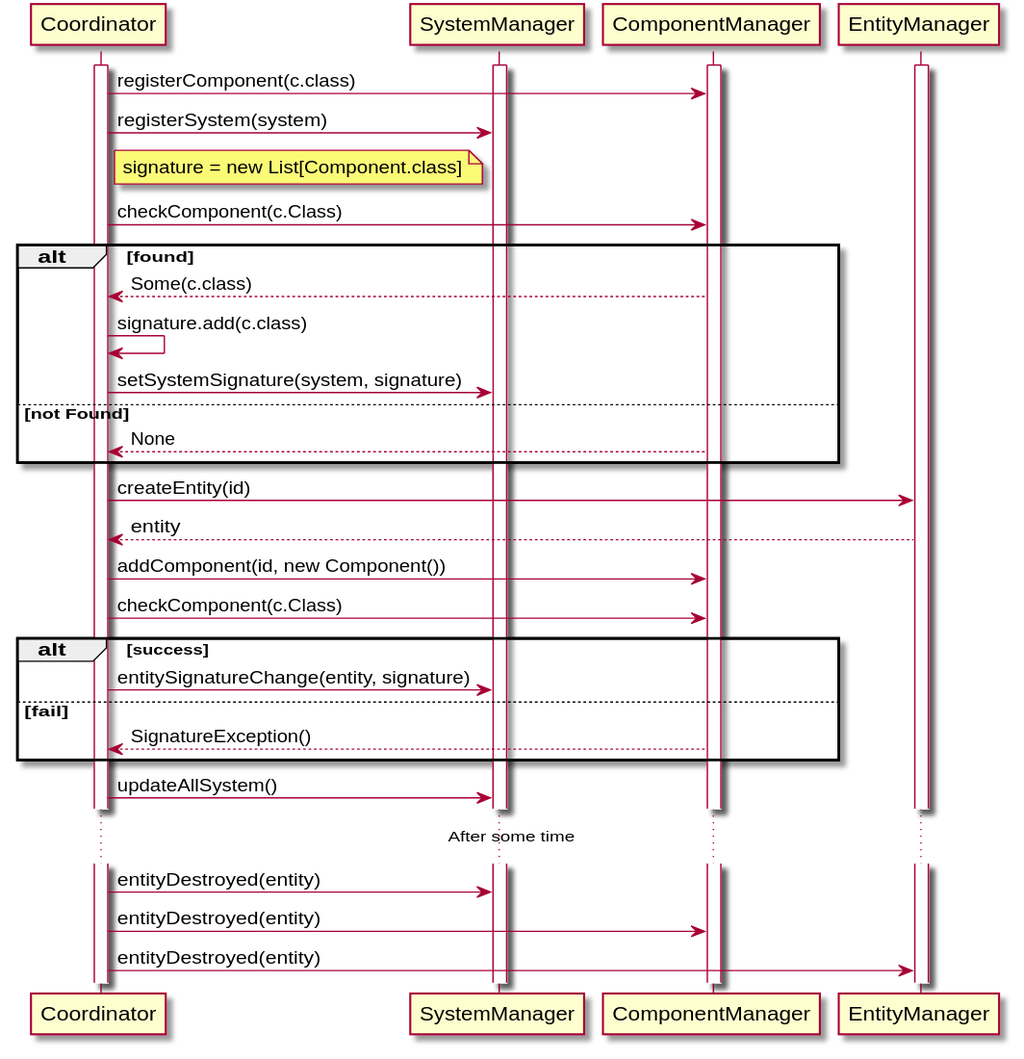
Earlier version of the PlantUML export plantuml/rendered/sequenceDiagrams/sequenceECS.svg (Unibo-PPS-1920/pps1920-motoScala-report).
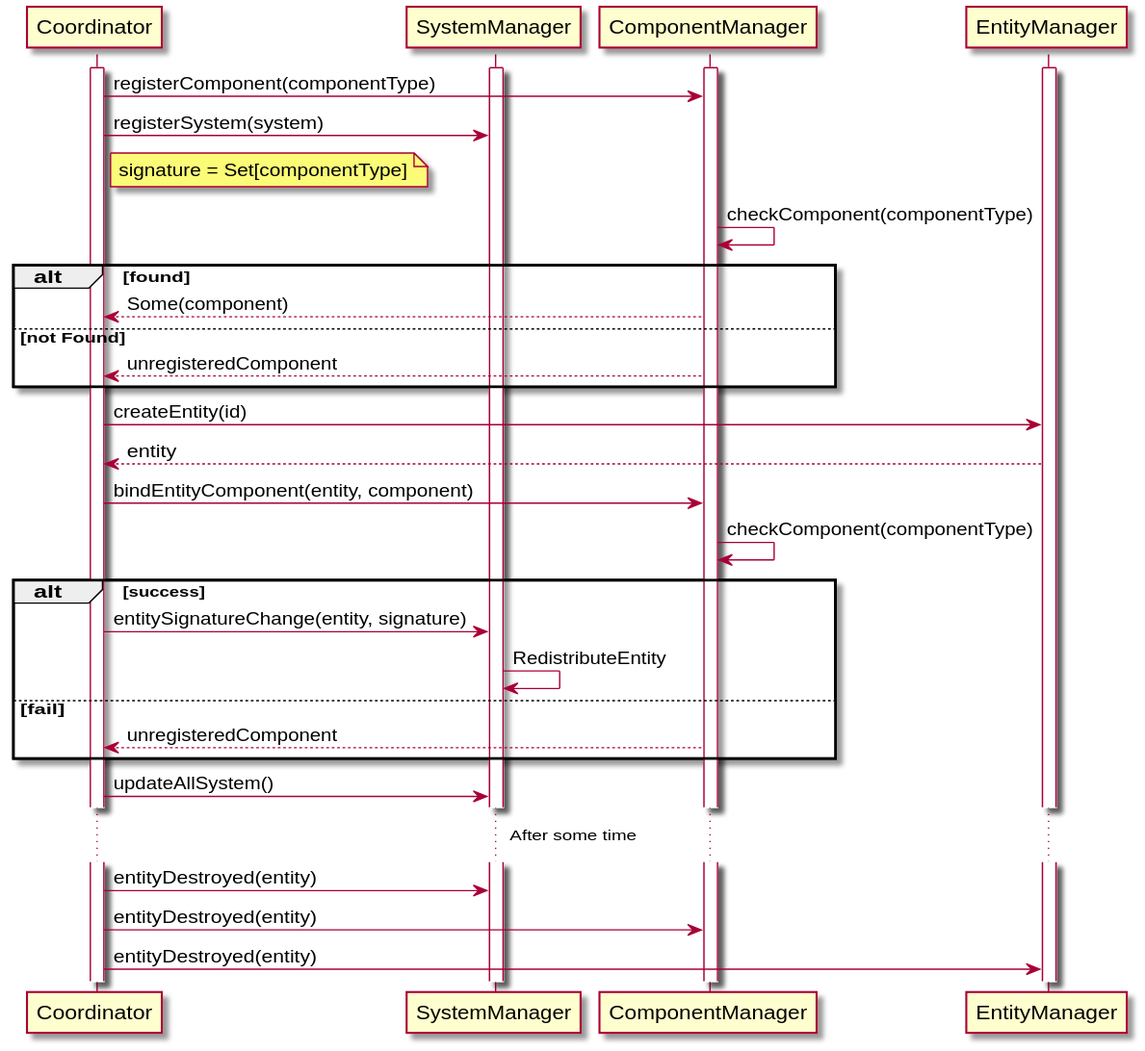
After the commit.

Diff of the diagram source:
```diff
@@ -10,31 +10,29 @@
     activate EntityManager
 
 
-    Coordinator -> ComponentManager : registerComponent(c.class)
+    Coordinator -> ComponentManager : registerComponent(componentType)
 
     Coordinator -> SystemManager : registerSystem(system)
 
-    note right of Coordinator: signature = new List[Component.class]
+    note right of Coordinator: signature = Set[componentType]
 
-    Coordinator -> ComponentManager : checkComponent(c.Class)
+    ComponentManager -> ComponentManager : checkComponent(componentType)
     alt found
-      ComponentManager -->Coordinator : Some(c.class)
-      Coordinator -> Coordinator : signature.add(c.class)
-      Coordinator -> SystemManager : setSystemSignature(system, signature)
+      ComponentManager -->Coordinator : Some(component)
     else not Found
-      ComponentManager -->Coordinator : None
+      ComponentManager -->Coordinator : unregisteredComponent
     end
 
     Coordinator -> EntityManager : createEntity(id)
     EntityManager -->  Coordinator : entity
-    Coordinator -> ComponentManager : addComponent(id, new Component())
-    Coordinator -> ComponentManager : checkComponent(c.Class)
+    Coordinator -> ComponentManager : bindEntityComponent(entity, component)
+    ComponentManager -> ComponentManager : checkComponent(componentType)
 
     alt success
       Coordinator -> SystemManager : entitySignatureChange(entity, signature)
-
+      SystemManager -> SystemManager : RedistributeEntity
     else fail
-      ComponentManager --> Coordinator : SignatureException()
+      ComponentManager --> Coordinator : unregisteredComponent
     end
 
     Coordinator -> SystemManager : updateAllSystem()
```
